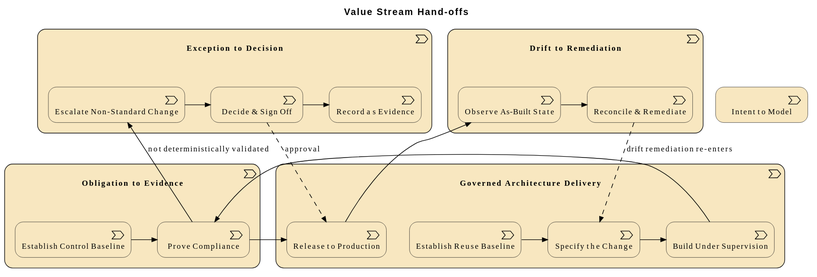
This is architecture/model/diagrams/vision/6-value-stream.svg from wolffy-au/frictionless-architect, a PlantUML export, as it was before one commit.
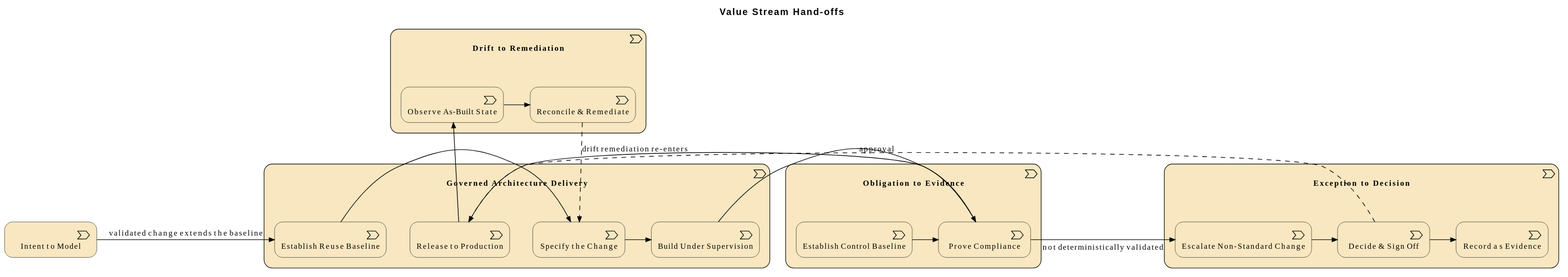
After the change.

Commit message:
feat(model): hand intent-to-model off into the delivery baseline

Diff of the diagram source:
```diff
@@ -24,6 +24,7 @@
 }
 Strategy_ValueStream(e_id12f51f6c841755, "Intent to Model")
 
+Rel_Triggering_Right(e_id12f51f6c841755, e_id447909387df55c, "validated change extends the baseline")
 Rel_Triggering_Right(e_id447909387df55c, e_id01dab436206551, "")
 Rel_Triggering_Right(e_id01dab436206551, e_id36fbfe00214758, "")
 Rel_Triggering_Right(e_idde40c3d2b32359, e_idb542830057125a, "")
```
